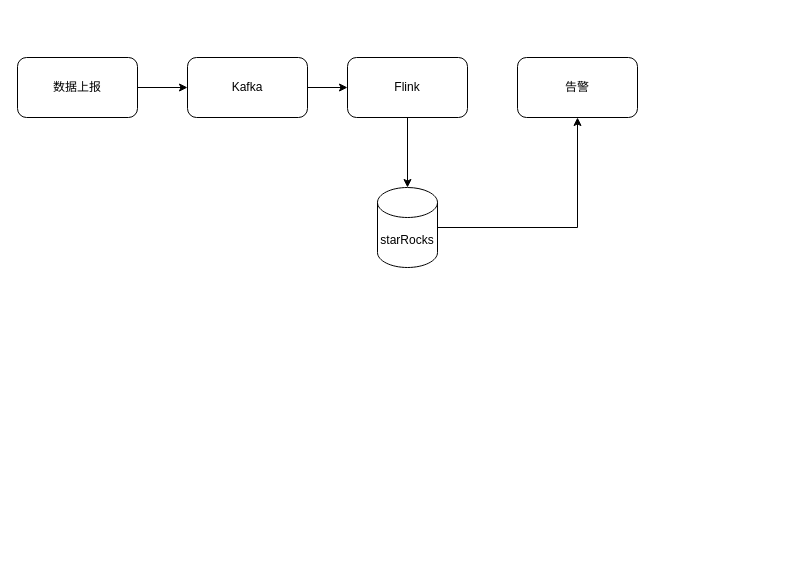
The draw.io diagram 未命名绘图.drawio in bikedawuwang/Flow-Chart, before the edit. Source tidied: cells renumbered, new cells numbered last; positions are measured from the earlier drawing's top-left corner, leaving out a move shared by most shapes. Both pictures are drawn from the tidied source at 100%, with x=0, y=0 at pixel (17, 57).
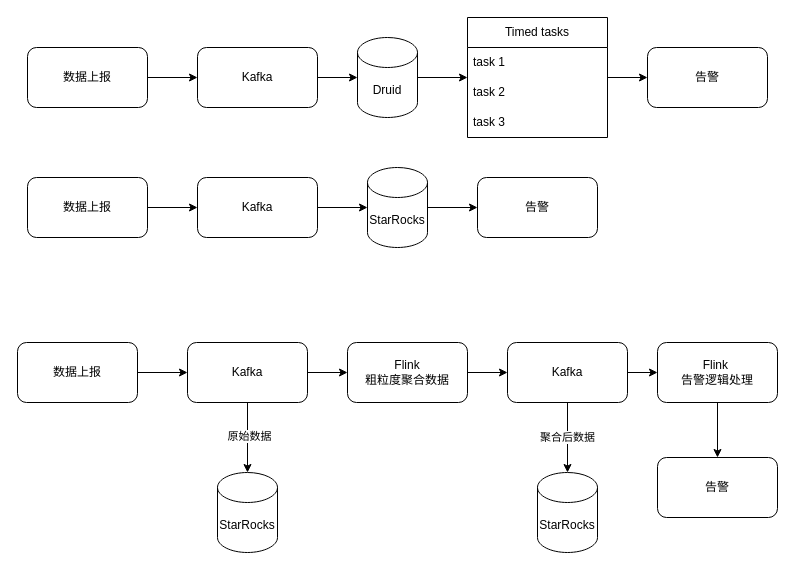
The same diagram, later.

Commit message:
北斗告警新流程.drawio

What changed in the source:
```diff
@@
     <mxCell id="3" value="数据上报" style="rounded=1;whiteSpace=wrap;html=1;" parent="1" vertex="1">
-      <mxGeometry width="120" height="60" as="geometry" />
+      <mxGeometry x="10" y="120" width="120" height="60" as="geometry" />
     </mxCell>
-    <mxCell id="4" style="edgeStyle=orthogonalEdgeStyle;rounded=0;jettySize=auto;html=1;exitX=1;exitY=0.5;exitDx=0;exitDy=0;" parent="1" edge="1" source="5" target="7">
+    <mxCell id="4" style="edgeStyle=orthogonalEdgeStyle;rounded=0;jettySize=auto;html=1;exitX=1;exitY=0.5;exitDx=0;exitDy=0;entryX=0;entryY=0.5;entryDx=0;entryDy=0;entryPerimeter=0;" parent="1" edge="1" source="5" target="9">
       <mxGeometry relative="1" as="geometry" />
     </mxCell>
     <mxCell id="5" value="Kafka" style="rounded=1;whiteSpace=wrap;html=1;" parent="1" vertex="1">
-      <mxGeometry x="170" width="120" height="60" as="geometry" />
+      <mxGeometry x="180" y="120" width="120" height="60" as="geometry" />
     </mxCell>
-    <mxCell id="6" style="edgeStyle=orthogonalEdgeStyle;rounded=0;jettySize=auto;html=1;exitX=0.5;exitY=1;exitDx=0;exitDy=0;entryX=0.5;entryY=0;entryDx=0;entryDy=0;entryPerimeter=0;" parent="1" edge="1" source="7" target="9">
-      <mxGeometry relative="1" as="geometry" />
-    </mxCell>
-    <mxCell id="7" value="Flink" style="rounded=1;whiteSpace=wrap;html=1;" parent="1" vertex="1">
-      <mxGeometry x="330" width="120" height="60" as="geometry" />
-    </mxCell>
@@
-    <mxCell id="9" value="starRocks" style="shape=cylinder3;whiteSpace=wrap;html=1;boundedLbl=1;backgroundOutline=1;size=15;" parent="1" vertex="1">
-      <mxGeometry x="360" y="130" width="60" height="80" as="geometry" />
+    <mxCell id="9" value="StarRocks" style="shape=cylinder3;whiteSpace=wrap;html=1;boundedLbl=1;backgroundOutline=1;size=15;" parent="1" vertex="1">
+      <mxGeometry x="350" y="110" width="60" height="80" as="geometry" />
     </mxCell>
     <mxCell id="10" value="告警" style="rounded=1;whiteSpace=wrap;html=1;" parent="1" vertex="1">
-      <mxGeometry x="500" width="120" height="60" as="geometry" />
+      <mxGeometry x="460" y="120" width="120" height="60" as="geometry" />
     </mxCell>
+    <mxCell id="11" style="edgeStyle=orthogonalEdgeStyle;rounded=0;jettySize=auto;html=1;exitX=1;exitY=0.5;exitDx=0;exitDy=0;entryX=0;entryY=0.5;entryDx=0;entryDy=0;" parent="1" edge="1" source="12" target="16">
+      <mxGeometry relative="1" as="geometry" />
+    </mxCell>
+    <mxCell id="12" value="数据上报" style="rounded=1;whiteSpace=wrap;html=1;" parent="1" vertex="1">
+      <mxGeometry y="285" width="120" height="60" as="geometry" />
+    </mxCell>
+    <mxCell id="13" style="edgeStyle=orthogonalEdgeStyle;rounded=0;jettySize=auto;html=1;exitX=1;exitY=0.5;exitDx=0;exitDy=0;" parent="1" edge="1" source="16" target="18">
+      <mxGeometry relative="1" as="geometry" />
+    </mxCell>
+    <mxCell id="14" style="edgeStyle=orthogonalEdgeStyle;rounded=0;jettySize=auto;html=1;exitX=0.5;exitY=1;exitDx=0;exitDy=0;entryX=0.5;entryY=0;entryDx=0;entryDy=0;entryPerimeter=0;" parent="1" edge="1" source="16" target="19">
+      <mxGeometry relative="1" as="geometry" />
+    </mxCell>
+    <mxCell id="15" value="原始数据" style="edgeLabel;html=1;align=center;verticalAlign=middle;" parent="14" vertex="1">
+      <mxGeometry x="-0.08" y="1" relative="1" as="geometry">
+        <mxPoint y="1" as="offset" />
+      </mxGeometry>
+    </mxCell>
+    <mxCell id="16" value="Kafka" style="rounded=1;whiteSpace=wrap;html=1;" parent="1" vertex="1">
+      <mxGeometry x="170" y="285" width="120" height="60" as="geometry" />
+    </mxCell>
+    <mxCell id="17" style="edgeStyle=orthogonalEdgeStyle;rounded=0;jettySize=auto;html=1;exitX=1;exitY=0.5;exitDx=0;exitDy=0;entryX=0;entryY=0.5;entryDx=0;entryDy=0;" parent="1" edge="1" source="18" target="35">
+      <mxGeometry relative="1" as="geometry" />
+    </mxCell>
+    <mxCell id="18" value="Flink &lt;br&gt;粗粒度聚合数据" style="rounded=1;whiteSpace=wrap;html=1;" parent="1" vertex="1">
+      <mxGeometry x="330" y="285" width="120" height="60" as="geometry" />
+    </mxCell>
+    <mxCell id="19" value="StarRocks" style="shape=cylinder3;whiteSpace=wrap;html=1;boundedLbl=1;backgroundOutline=1;size=15;" parent="1" vertex="1">
+      <mxGeometry x="200" y="415" width="60" height="80" as="geometry" />
+    </mxCell>
+    <mxCell id="20" value="StarRocks" style="shape=cylinder3;whiteSpace=wrap;html=1;boundedLbl=1;backgroundOutline=1;size=15;" parent="1" vertex="1">
+      <mxGeometry x="520" y="415" width="60" height="80" as="geometry" />
+    </mxCell>
+    <mxCell id="21" style="edgeStyle=orthogonalEdgeStyle;rounded=0;jettySize=auto;html=1;exitX=1;exitY=0.5;exitDx=0;exitDy=0;entryX=0;entryY=0.5;entryDx=0;entryDy=0;" parent="1" edge="1" source="22" target="24">
+      <mxGeometry relative="1" as="geometry" />
+    </mxCell>
+    <mxCell id="22" value="数据上报" style="rounded=1;whiteSpace=wrap;html=1;" parent="1" vertex="1">
+      <mxGeometry x="10" y="-10" width="120" height="60" as="geometry" />
+    </mxCell>
+    <mxCell id="23" style="edgeStyle=orthogonalEdgeStyle;rounded=0;jettySize=auto;html=1;" parent="1" edge="1" source="24" target="26">
+      <mxGeometry relative="1" as="geometry" />
+    </mxCell>
+    <mxCell id="24" value="Kafka" style="rounded=1;whiteSpace=wrap;html=1;" parent="1" vertex="1">
+      <mxGeometry x="180" y="-10" width="120" height="60" as="geometry" />
+    </mxCell>
+    <mxCell id="25" style="edgeStyle=orthogonalEdgeStyle;rounded=0;jettySize=auto;html=1;exitX=1;exitY=0.5;exitDx=0;exitDy=0;exitPerimeter=0;entryX=0;entryY=0.5;entryDx=0;entryDy=0;" parent="1" edge="1" source="26" target="28">
+      <mxGeometry relative="1" as="geometry" />
+    </mxCell>
+    <mxCell id="26" value="Druid" style="shape=cylinder3;whiteSpace=wrap;html=1;boundedLbl=1;backgroundOutline=1;size=15;" parent="1" vertex="1">
+      <mxGeometry x="340" y="-20" width="60" height="80" as="geometry" />
+    </mxCell>
+    <mxCell id="27" style="edgeStyle=orthogonalEdgeStyle;rounded=0;jettySize=auto;html=1;" parent="1" edge="1" source="28" target="32">
+      <mxGeometry relative="1" as="geometry" />
+    </mxCell>
+    <mxCell id="28" value="Timed tasks" style="swimlane;fontStyle=0;horizontal=1;startSize=30;whiteSpace=wrap;html=1;" parent="1" vertex="1">
+      <mxGeometry x="450" y="-40" width="140" height="120" as="geometry" />
+    </mxCell>
+    <mxCell id="29" value="task 1" style="text;strokeColor=none;fillColor=none;align=left;verticalAlign=middle;spacingLeft=4;spacingRight=4;overflow=hidden;whiteSpace=wrap;html=1;" parent="28" vertex="1">
+      <mxGeometry y="30" width="140" height="30" as="geometry" />
+    </mxCell>
+    <mxCell id="30" value="task&amp;nbsp;2" style="text;strokeColor=none;fillColor=none;align=left;verticalAlign=middle;spacingLeft=4;spacingRight=4;overflow=hidden;whiteSpace=wrap;html=1;" parent="28" vertex="1">
+      <mxGeometry y="60" width="140" height="30" as="geometry" />
+    </mxCell>
+    <mxCell id="31" value="task 3" style="text;strokeColor=none;fillColor=none;align=left;verticalAlign=middle;spacingLeft=4;spacingRight=4;overflow=hidden;whiteSpace=wrap;html=1;" parent="28" vertex="1">
+      <mxGeometry y="90" width="140" height="30" as="geometry" />
+    </mxCell>
+    <mxCell id="32" value="告警" style="rounded=1;whiteSpace=wrap;html=1;" parent="1" vertex="1">
+      <mxGeometry x="630" y="-10" width="120" height="60" as="geometry" />
+    </mxCell>
+    <mxCell id="33" value="聚合后数据" style="edgeStyle=orthogonalEdgeStyle;rounded=0;jettySize=auto;html=1;exitX=0.5;exitY=1;exitDx=0;exitDy=0;" parent="1" edge="1" source="35" target="20">
+      <mxGeometry relative="1" as="geometry" />
+    </mxCell>
+    <mxCell id="34" style="edgeStyle=orthogonalEdgeStyle;rounded=0;jettySize=auto;html=1;" parent="1" edge="1" source="35" target="37">
+      <mxGeometry relative="1" as="geometry" />
+    </mxCell>
+    <mxCell id="35" value="Kafka" style="rounded=1;whiteSpace=wrap;html=1;" parent="1" vertex="1">
+      <mxGeometry x="490" y="285" width="120" height="60" as="geometry" />
+    </mxCell>
+    <mxCell id="36" style="edgeStyle=orthogonalEdgeStyle;rounded=0;jettySize=auto;html=1;" parent="1" edge="1" source="37" target="38">
+      <mxGeometry relative="1" as="geometry" />
+    </mxCell>
+    <mxCell id="37" value="Flink&amp;nbsp;&lt;br&gt;告警逻辑处理" style="rounded=1;whiteSpace=wrap;html=1;" parent="1" vertex="1">
+      <mxGeometry x="640" y="285" width="120" height="60" as="geometry" />
+    </mxCell>
+    <mxCell id="38" value="告警" style="rounded=1;whiteSpace=wrap;html=1;" parent="1" vertex="1">
+      <mxGeometry x="640" y="400" width="120" height="60" as="geometry" />
+    </mxCell>
```
